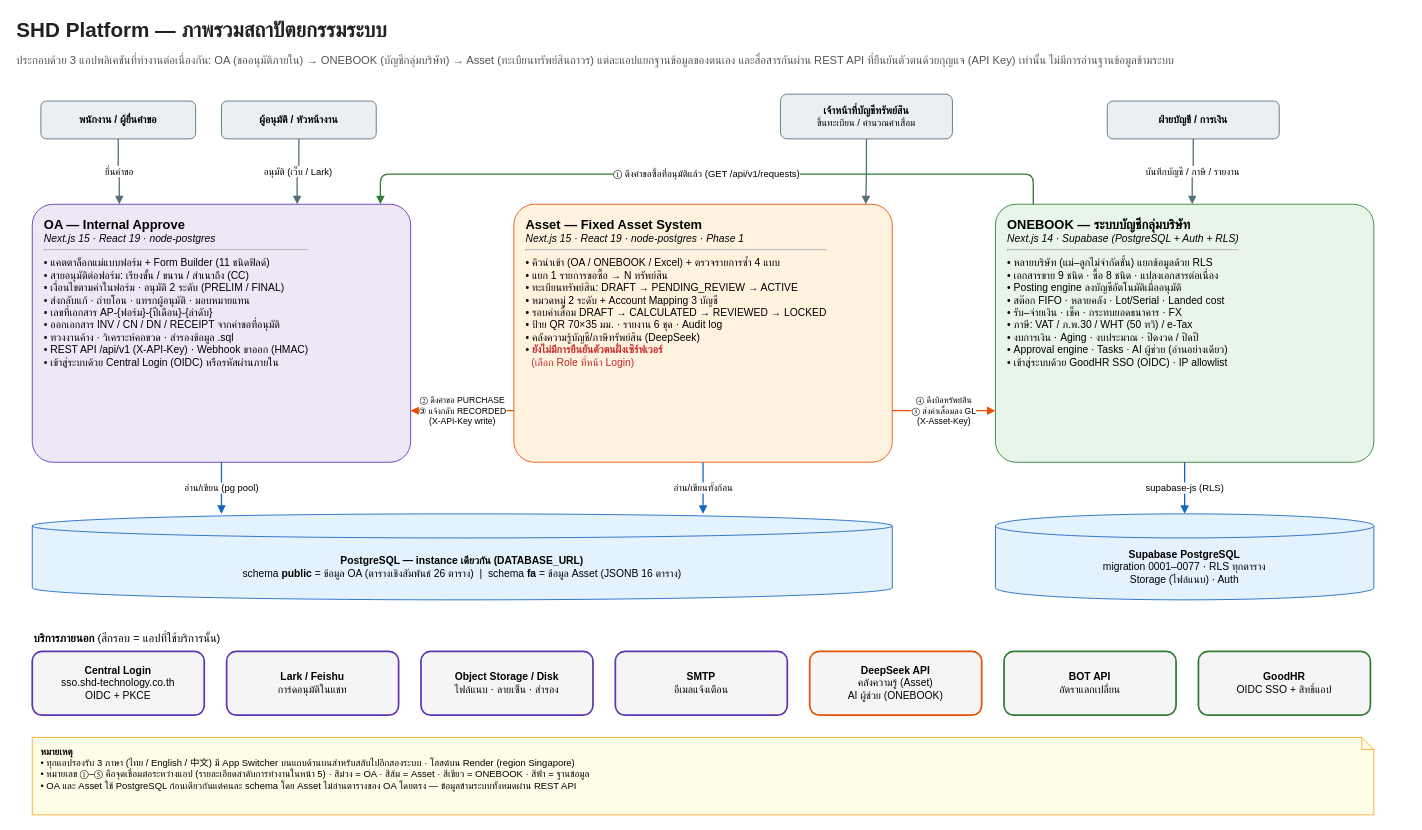
This is page "1. ภาพรวมระบบ (System Landscape)" (1 of 9) of apps/asset/docs/SHD-Platform-Flow.drawio from tiwpheerachan/Asset, a draw.io file, before an edit. Source tidied: cells renumbered, new cells numbered last; positions are measured from the earlier drawing's top-left corner, leaving out a move shared by most shapes. Both pictures are drawn from the tidied source at 86%, with x=0, y=0 at pixel (15, 15).
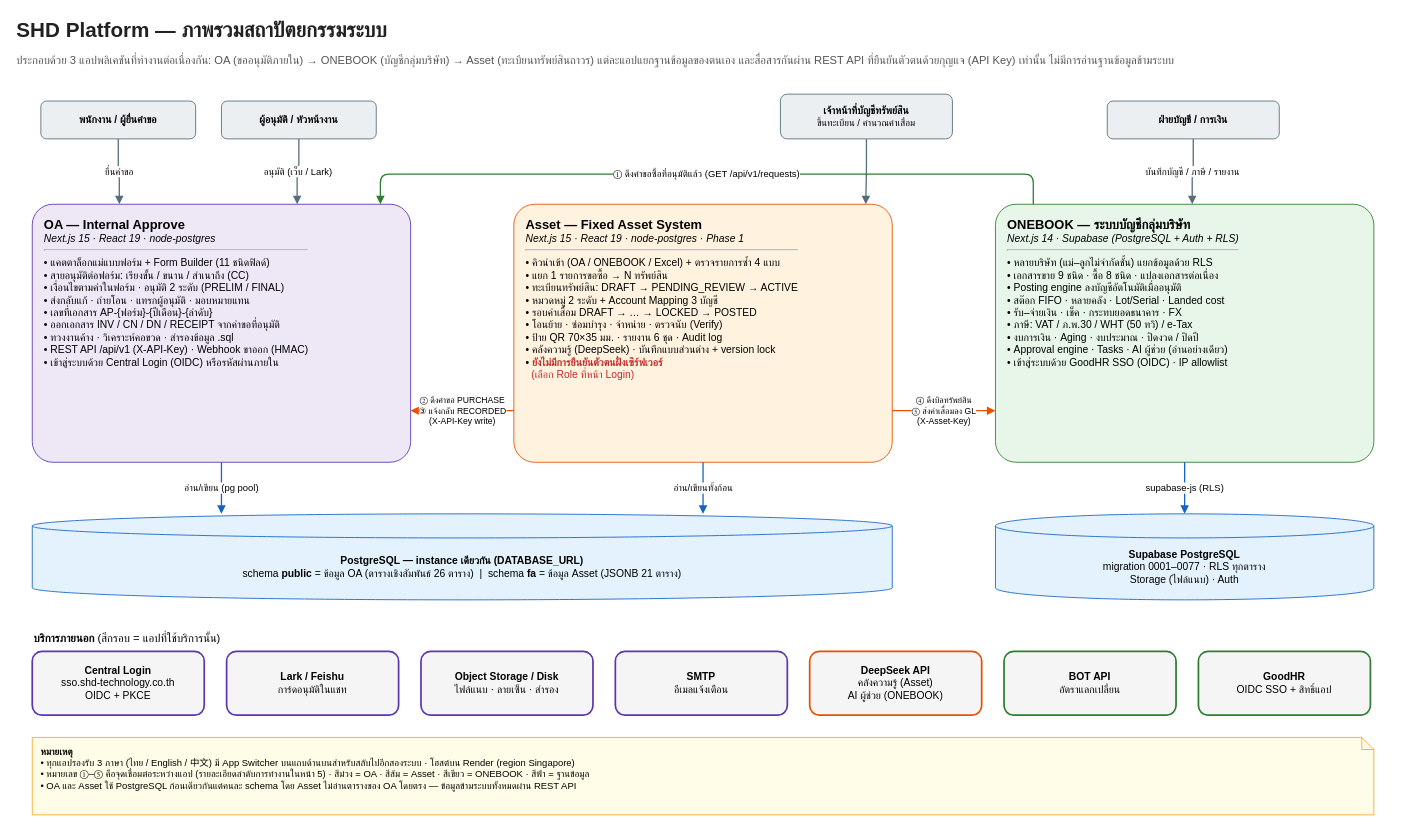
After the change.

Change to the diagram source:
```diff
@@
-    <mxCell id="9" value="&lt;b style='font-size:15px'&gt;Asset — Fixed Asset System&lt;/b&gt;&lt;br&gt;&lt;i&gt;Next.js 15 · React 19 · node-postgres · Phase 1&lt;/i&gt;&lt;hr&gt;• คิวนำเข้า (OA / ONEBOOK / Excel) + ตรวจรายการซ้ำ 4 แบบ&lt;br&gt;• แยก 1 รายการขอซื้อ → N ทรัพย์สิน&lt;br&gt;• ทะเบียนทรัพย์สิน: DRAFT → PENDING_REVIEW → ACTIVE&lt;br&gt;• หมวดหมู่ 2 ระดับ + Account Mapping 3 บัญชี&lt;br&gt;• รอบค่าเสื่อม DRAFT → CALCULATED → REVIEWED → LOCKED&lt;br&gt;• ป้าย QR 70×35 มม. · รายงาน 6 ชุด · Audit log&lt;br&gt;• คลังความรู้บัญชี/ภาษีทรัพย์สิน (DeepSeek)&lt;br&gt;• &lt;font color='#C62828'&gt;&lt;b&gt;ยังไม่มีการยืนยันตัวตนฝั่งเซิร์ฟเวอร์&lt;/b&gt;&lt;br&gt;&amp;nbsp;&amp;nbsp;(เลือก Role ที่หน้า Login)&lt;/font&gt;" style="rounded=1;whiteSpace=wrap;html=1;arcSize=8;fillColor=#FFF3E0;strokeColor=#E65100;fontFamily=Sarabun;fontSize=12;align=left;verticalAlign=top;spacingLeft=12;spacingTop=8;" parent="1" vertex="1">
+    <mxCell id="9" value="&lt;b style='font-size:15px'&gt;Asset — Fixed Asset System&lt;/b&gt;&lt;br&gt;&lt;i&gt;Next.js 15 · React 19 · node-postgres · Phase 1&lt;/i&gt;&lt;hr&gt;• คิวนำเข้า (OA / ONEBOOK / Excel) + ตรวจรายการซ้ำ 4 แบบ&lt;br&gt;• แยก 1 รายการขอซื้อ → N ทรัพย์สิน&lt;br&gt;• ทะเบียนทรัพย์สิน: DRAFT → PENDING_REVIEW → ACTIVE&lt;br&gt;• หมวดหมู่ 2 ระดับ + Account Mapping 3 บัญชี&lt;br&gt;• รอบค่าเสื่อม DRAFT → … → LOCKED → POSTED&lt;br&gt;• โอนย้าย · ซ่อมบำรุง · จำหน่าย · ตรวจนับ (Verify)&lt;br&gt;• ป้าย QR 70×35 มม. · รายงาน 6 ชุด · Audit log&lt;br&gt;• คลังความรู้ (DeepSeek) · บันทึกแบบส่วนต่าง + version lock&lt;br&gt;• &lt;font color='#C62828'&gt;&lt;b&gt;ยังไม่มีการยืนยันตัวตนฝั่งเซิร์ฟเวอร์&lt;/b&gt;&lt;br&gt;&amp;nbsp;&amp;nbsp;(เลือก Role ที่หน้า Login)&lt;/font&gt;" style="rounded=1;whiteSpace=wrap;html=1;arcSize=8;fillColor=#FFF3E0;strokeColor=#E65100;fontFamily=Sarabun;fontSize=12;align=left;verticalAlign=top;spacingLeft=12;spacingTop=8;" parent="1" vertex="1">
       <mxGeometry x="580" y="220" width="440" height="300" as="geometry" />
     </mxCell>
@@
-    <mxCell id="18" value="&lt;b&gt;PostgreSQL — instance เดียวกัน (DATABASE_URL)&lt;/b&gt;&lt;br&gt;schema &lt;b&gt;public&lt;/b&gt; = ข้อมูล OA (ตารางเชิงสัมพันธ์ 26 ตาราง) &amp;nbsp;|&amp;nbsp; schema &lt;b&gt;fa&lt;/b&gt; = ข้อมูล Asset (JSONB 16 ตาราง)" style="shape=cylinder3;whiteSpace=wrap;html=1;boundedLbl=1;backgroundOutline=1;size=14;fillColor=#E3F2FD;strokeColor=#1565C0;fontFamily=Sarabun;fontSize=12;" parent="1" vertex="1">
+    <mxCell id="18" value="&lt;b&gt;PostgreSQL — instance เดียวกัน (DATABASE_URL)&lt;/b&gt;&lt;br&gt;schema &lt;b&gt;public&lt;/b&gt; = ข้อมูล OA (ตารางเชิงสัมพันธ์ 26 ตาราง) &amp;nbsp;|&amp;nbsp; schema &lt;b&gt;fa&lt;/b&gt; = ข้อมูล Asset (JSONB 21 ตาราง)" style="shape=cylinder3;whiteSpace=wrap;html=1;boundedLbl=1;backgroundOutline=1;size=14;fillColor=#E3F2FD;strokeColor=#1565C0;fontFamily=Sarabun;fontSize=12;" parent="1" vertex="1">
       <mxGeometry x="20" y="580" width="1000" height="100" as="geometry" />
     </mxCell>
```
